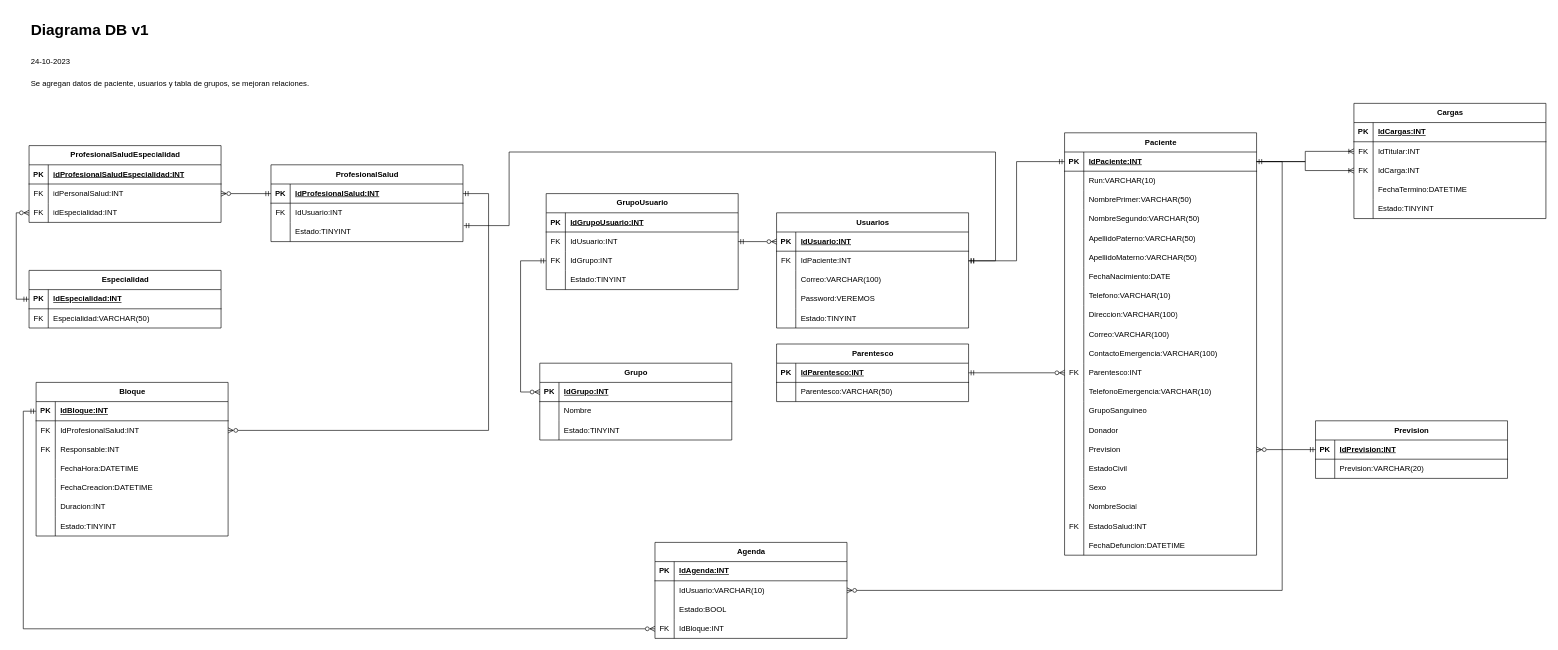
This is DiagramaDB.drawio from JonaNomas/his-diagram, a draw.io file, before an edit. Source tidied: cells renumbered, new cells numbered last; positions are measured from the earlier drawing's top-left corner, leaving out a move shared by most shapes. Both pictures are drawn from the tidied source at 64%, with x=0, y=0 at pixel (28, 17).
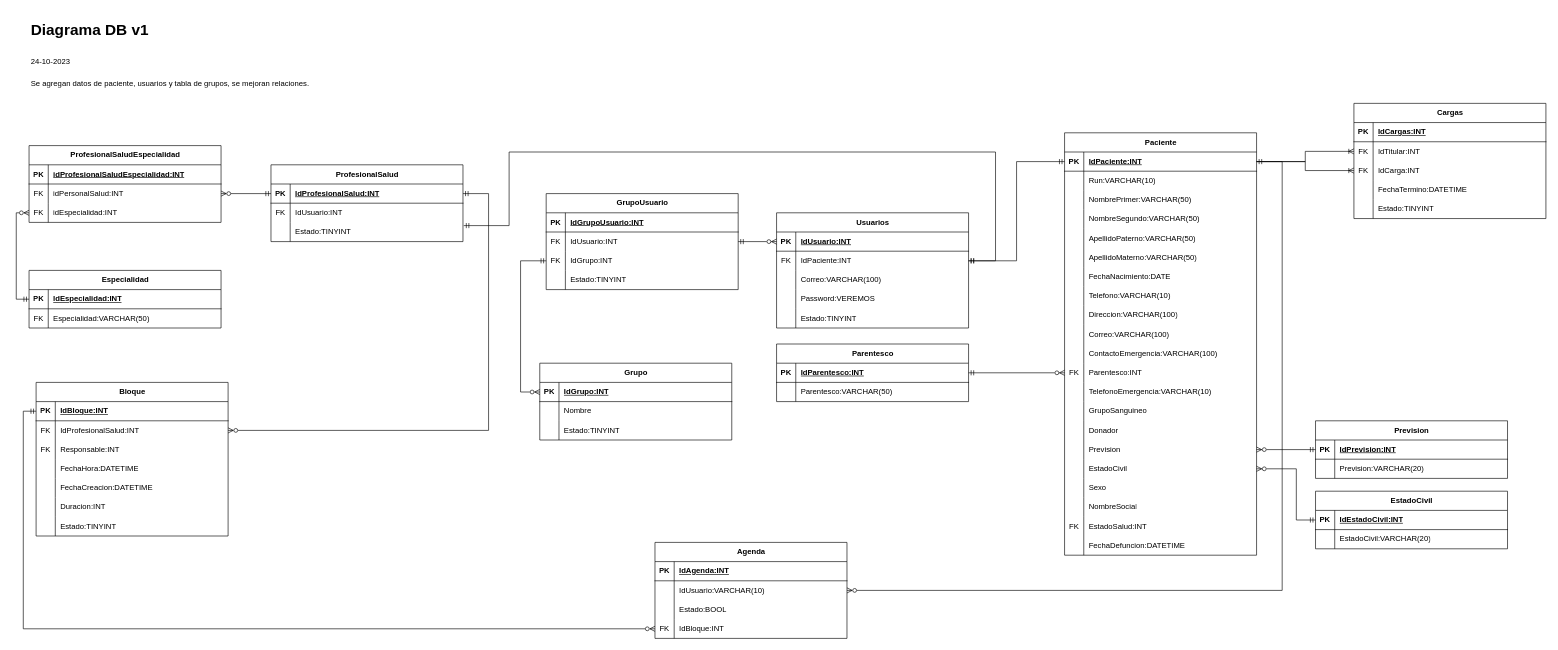
Above is the later version.

Commit message:
Se agrega tabla EstadoCivil

The change refers to these unchanged cells:
```xml
<mxCell id="51" style="shape=tableRow;horizontal=0;startSize=0;swimlaneHead=0;swimlaneBody=0;fillColor=none;points=[[0,0.5],[1,0.5]];portConstraint=eastwest;top=0;left=0;right=0;bottom=0;" parent="2" vertex="1">
  <mxGeometry y="510" width="300" height="30" as="geometry" />
</mxCell>
```

Change to the diagram source:
```diff
@@
+    <mxCell id="212" value="EstadoCivil" style="shape=table;startSize=30;childLayout=tableLayout;rowLines=0;fontStyle=1;align=center;html=1;" parent="1" vertex="1">
+      <mxGeometry x="2012" y="740" width="300" height="90" as="geometry" />
+    </mxCell>
+    <mxCell id="213" style="shape=tableRow;horizontal=0;startSize=0;swimlaneHead=0;swimlaneBody=0;fillColor=none;points=[[0,0.5],[1,0.5]];portConstraint=eastwest;top=0;left=0;right=0;bottom=1;" parent="212" vertex="1">
+      <mxGeometry y="30" width="300" height="30" as="geometry" />
+    </mxCell>
+    <mxCell id="214" value="PK" style="shape=partialRectangle;fillColor=none;top=0;left=0;bottom=0;right=0;fontStyle=1;overflow=hidden;whiteSpace=wrap;html=1;" parent="213" vertex="1">
+      <mxGeometry width="30" height="30" as="geometry" />
+    </mxCell>
+    <mxCell id="215" value="IdEstadoCivil:INT" style="shape=partialRectangle;fillColor=none;top=0;left=0;bottom=0;right=0;align=left;spacingLeft=6;fontStyle=5;overflow=hidden;whiteSpace=wrap;html=1;" parent="213" vertex="1">
+      <mxGeometry x="30" width="270" height="30" as="geometry" />
+    </mxCell>
+    <mxCell id="216" style="shape=tableRow;horizontal=0;startSize=0;swimlaneHead=0;swimlaneBody=0;fillColor=none;top=0;left=0;right=0;bottom=0;" parent="212" vertex="1">
+      <mxGeometry y="60" width="300" height="30" as="geometry" />
+    </mxCell>
+    <mxCell id="217" style="shape=partialRectangle;fillColor=none;top=0;left=0;bottom=0;right=0;overflow=hidden;whiteSpace=wrap;html=1;" parent="216" vertex="1">
+      <mxGeometry width="30" height="30" as="geometry" />
+    </mxCell>
+    <mxCell id="218" value="EstadoCivil:VARCHAR(20)" style="shape=partialRectangle;fillColor=none;top=0;left=0;bottom=0;right=0;align=left;spacingLeft=6;overflow=hidden;whiteSpace=wrap;html=1;" parent="216" vertex="1">
+      <mxGeometry x="30" width="270" height="30" as="geometry" />
+    </mxCell>
+    <mxCell id="219" style="edgeStyle=orthogonalEdgeStyle;rounded=0;jettySize=auto;html=1;entryX=0;entryY=0.5;entryDx=0;entryDy=0;startArrow=ERzeroToMany;startFill=0;endArrow=ERmandOne;endFill=0;" parent="1" edge="1" source="51" target="213">
+      <mxGeometry relative="1" as="geometry">
+        <Array as="points">
+          <mxPoint x="1982" y="705" />
+          <mxPoint x="1982" y="785" />
+        </Array>
+      </mxGeometry>
+    </mxCell>
```
